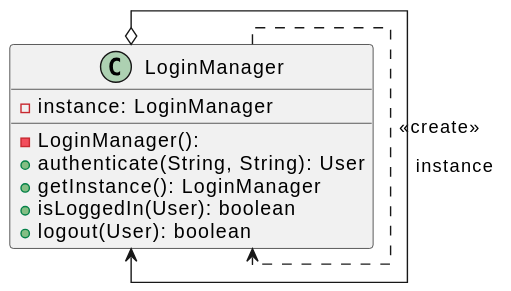
Earlier version of the PlantUML export sprawozdanie/img/singleton.svg (filip-stepien/software-engineering-lab). Its diagram source:
```plantuml
@startuml
top to bottom direction
skinparam linetype ortho

class LoginManager {
  - LoginManager():
  - instance: LoginManager
  + authenticate(String, String): User
  + getInstance(): LoginManager
  + isLoggedIn(User): boolean
  + logout(User): boolean
}

LoginManager -.> LoginManager : <<create>>
LoginManager o--> LoginManager : instance
@enduml
```
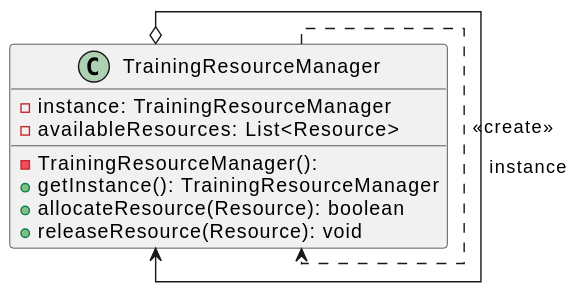
The same diagram one commit later.

Diff of the diagram source:
```diff
@@ -2,15 +2,15 @@
 top to bottom direction
 skinparam linetype ortho
 
-class LoginManager {
-  - LoginManager():
-  - instance: LoginManager
-  + authenticate(String, String): User
-  + getInstance(): LoginManager
-  + isLoggedIn(User): boolean
-  + logout(User): boolean
+class TrainingResourceManager {
+  - TrainingResourceManager():
+  - instance: TrainingResourceManager
+  - availableResources: List<Resource>
+  + getInstance(): TrainingResourceManager
+  + allocateResource(Resource): boolean
+  + releaseResource(Resource): void
 }
 
-LoginManager -.> LoginManager : <<create>>
-LoginManager o--> LoginManager : instance
+TrainingResourceManager -.> TrainingResourceManager : <<create>>
+TrainingResourceManager o--> TrainingResourceManager : instance
 @enduml
```
